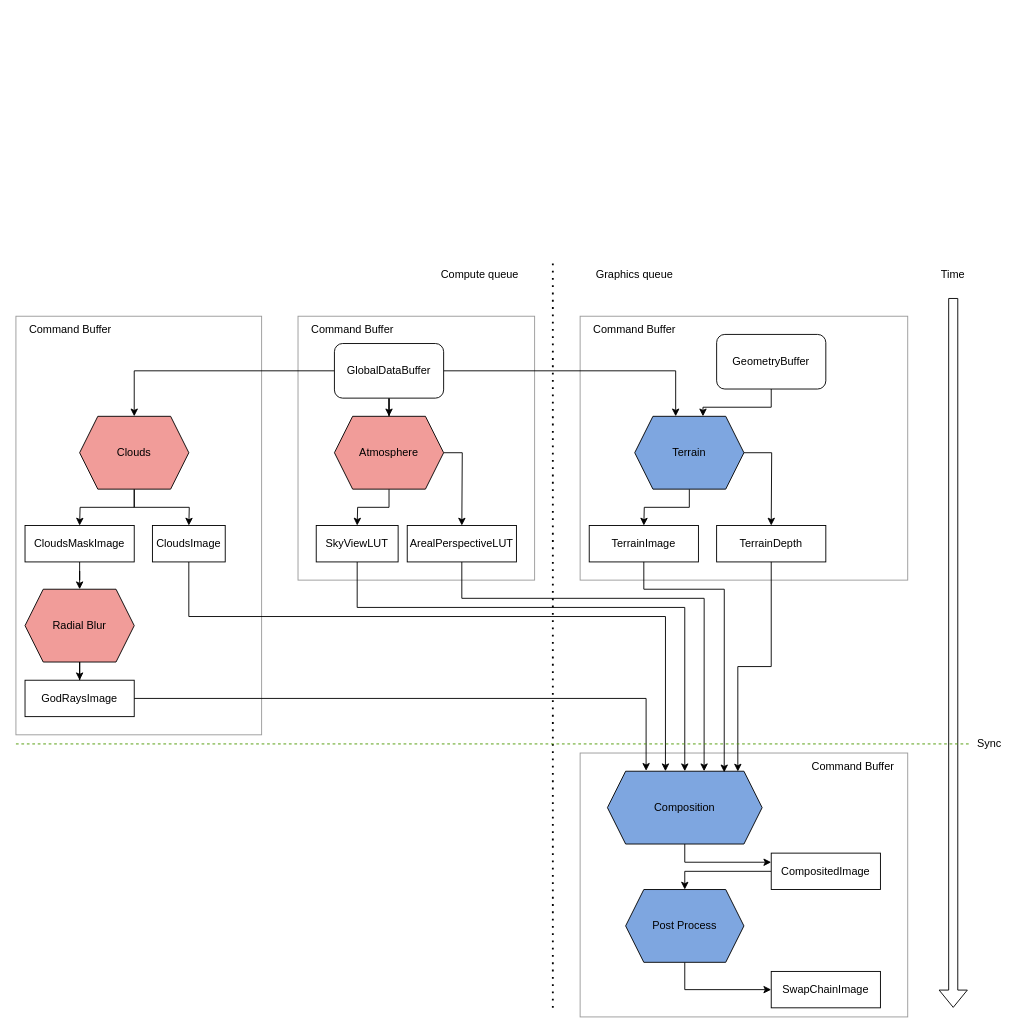
Above: examples/cloud_renderer/framegraph.drawio in elliahu/hammock (draw.io), before the change. Source tidied: cells renumbered, new cells numbered last; positions are measured from the earlier drawing's top-left corner, leaving out a move shared by most shapes. Both pictures are drawn from the tidied source at 91%, with x=0, y=0 at pixel (15, 261).
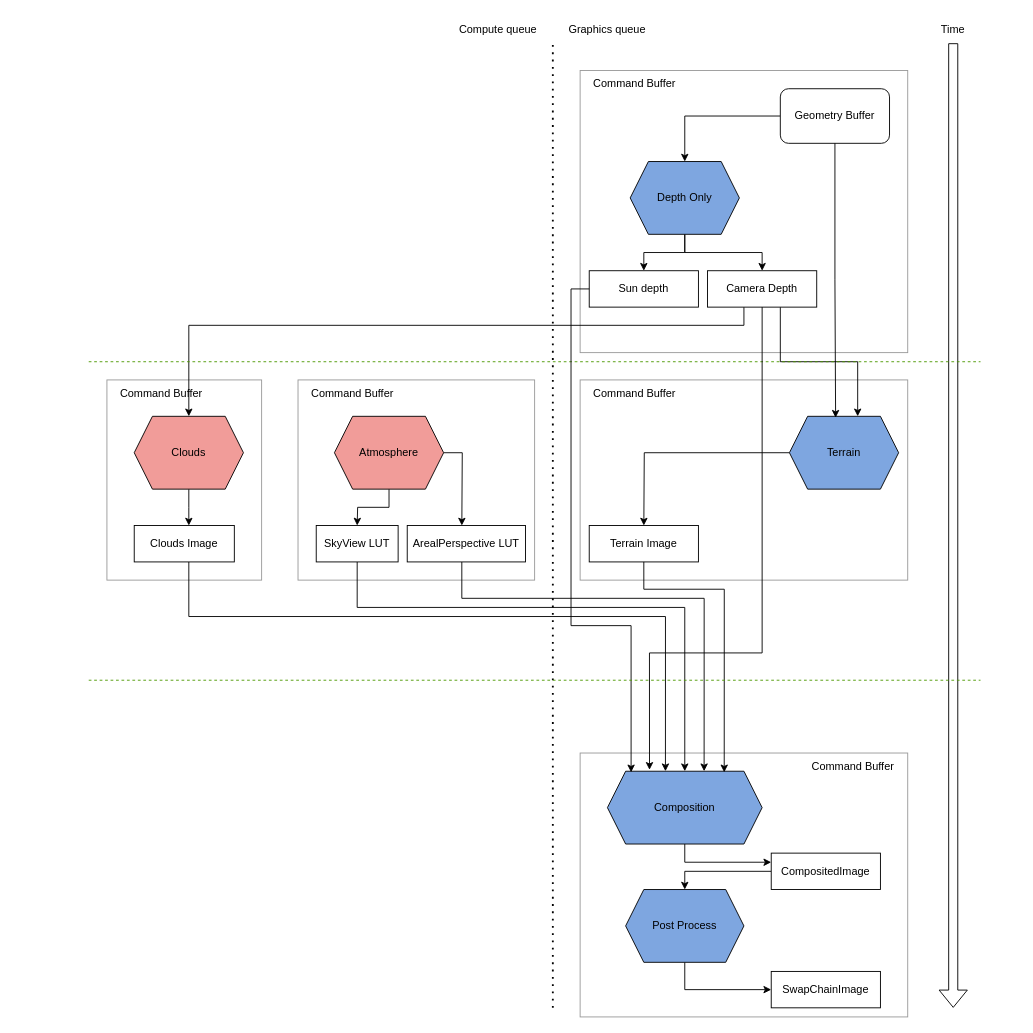
The same diagram, later.

Unchanged cells that the change refers to:
```xml
<mxCell id="18" value="Composition" style="shape=hexagon;perimeter=hexagonPerimeter2;whiteSpace=wrap;html=1;fixedSize=1;fillColor=#7EA6E0;" parent="1" vertex="1">
  <mxGeometry x="650" y="560" width="170" height="80" as="geometry" />
</mxCell>
<mxCell id="31" value="Atmosphere" style="shape=hexagon;perimeter=hexagonPerimeter2;whiteSpace=wrap;html=1;fixedSize=1;shadow=0;fillColor=#F19C99;" parent="1" vertex="1">
  <mxGeometry x="350" y="170" width="120" height="80" as="geometry" />
</mxCell>
```

Diff of the diagram source:
```diff
@@
+    <mxCell id="56" style="rounded=0;whiteSpace=wrap;html=1;fillColor=none;strokeColor=#999999;" parent="1" vertex="1">
+      <mxGeometry x="620" y="-210" width="360" height="310" as="geometry" />
+    </mxCell>
@@
     <mxCell id="3" style="rounded=0;whiteSpace=wrap;html=1;fillColor=none;strokeColor=#999999;" parent="1" vertex="1">
-      <mxGeometry x="620" y="60" width="360" height="290" as="geometry" />
+      <mxGeometry x="620" y="130" width="360" height="220" as="geometry" />
     </mxCell>
     <mxCell id="4" style="rounded=0;whiteSpace=wrap;html=1;fillColor=none;strokeColor=#999999;" parent="1" vertex="1">
-      <mxGeometry x="310" y="60" width="260" height="290" as="geometry" />
+      <mxGeometry x="310" y="130" width="260" height="220" as="geometry" />
     </mxCell>
     <mxCell id="5" style="rounded=0;whiteSpace=wrap;html=1;fillColor=none;strokeColor=#999999;" parent="1" vertex="1">
-      <mxGeometry y="60" width="270" height="460" as="geometry" />
+      <mxGeometry x="100" y="130" width="170" height="220" as="geometry" />
     </mxCell>
-    <mxCell id="6" style="edgeStyle=orthogonalEdgeStyle;rounded=0;jettySize=auto;html=1;entryX=0.5;entryY=0;entryDx=0;entryDy=0;" parent="1" edge="1" source="8">
-      <mxGeometry relative="1" as="geometry">
-        <mxPoint x="70" y="290" as="targetPoint" />
-      </mxGeometry>
-    </mxCell>
@@
     <mxCell id="8" value="Clouds" style="shape=hexagon;perimeter=hexagonPerimeter2;whiteSpace=wrap;html=1;fixedSize=1;fillColor=#F19C99;" parent="1" vertex="1">
-      <mxGeometry x="70" y="170" width="120" height="80" as="geometry" />
+      <mxGeometry x="130" y="170" width="120" height="80" as="geometry" />
     </mxCell>
-    <mxCell id="9" style="edgeStyle=orthogonalEdgeStyle;rounded=0;jettySize=auto;html=1;entryX=0.5;entryY=0;entryDx=0;entryDy=0;" parent="1" edge="1" source="12" target="8">
-      <mxGeometry relative="1" as="geometry" />
-    </mxCell>
-    <mxCell id="10" style="edgeStyle=orthogonalEdgeStyle;rounded=0;jettySize=auto;html=1;entryX=0.5;entryY=0;entryDx=0;entryDy=0;" parent="1" edge="1" source="12" target="31">
-      <mxGeometry relative="1" as="geometry" />
-    </mxCell>
-    <mxCell id="11" style="edgeStyle=orthogonalEdgeStyle;rounded=0;jettySize=auto;html=1;entryX=0.375;entryY=0;entryDx=0;entryDy=0;" parent="1" edge="1" source="12" target="22">
-      <mxGeometry relative="1" as="geometry" />
-    </mxCell>
-    <mxCell id="12" value="GlobalDataBuffer" style="rounded=1;whiteSpace=wrap;html=1;" parent="1" vertex="1">
-      <mxGeometry x="350" y="90" width="120" height="60" as="geometry" />
-    </mxCell>
@@
-    <mxCell id="14" value="CloudsImage" style="rounded=0;whiteSpace=wrap;html=1;" parent="1" vertex="1">
-      <mxGeometry x="150" y="290" width="80" height="40" as="geometry" />
+    <mxCell id="14" value="Clouds Image" style="rounded=0;whiteSpace=wrap;html=1;" parent="1" vertex="1">
+      <mxGeometry x="130" y="290" width="110" height="40" as="geometry" />
     </mxCell>
-    <mxCell id="15" style="edgeStyle=orthogonalEdgeStyle;rounded=0;jettySize=auto;html=1;entryX=0.5;entryY=0;entryDx=0;entryDy=0;" parent="1" edge="1" source="16" target="25">
-      <mxGeometry relative="1" as="geometry" />
-    </mxCell>
-    <mxCell id="16" value="CloudsMask&lt;span style=&quot;background-color: transparent; color: light-dark(rgb(0, 0, 0), rgb(255, 255, 255));&quot;&gt;Image&lt;/span&gt;" style="rounded=0;whiteSpace=wrap;html=1;" parent="1" vertex="1">
-      <mxGeometry x="10" y="290" width="120" height="40" as="geometry" />
-    </mxCell>
@@
-    <mxCell id="21" style="edgeStyle=orthogonalEdgeStyle;rounded=0;jettySize=auto;html=1;entryX=0.5;entryY=0;entryDx=0;entryDy=0;" parent="1" edge="1" source="22">
-      <mxGeometry relative="1" as="geometry">
-        <mxPoint x="830" y="290" as="targetPoint" />
-      </mxGeometry>
-    </mxCell>
     <mxCell id="22" value="Terrain" style="shape=hexagon;perimeter=hexagonPerimeter2;whiteSpace=wrap;html=1;fixedSize=1;fillColor=#7EA6E0;" parent="1" vertex="1">
-      <mxGeometry x="680" y="170" width="120" height="80" as="geometry" />
+      <mxGeometry x="850" y="170" width="120" height="80" as="geometry" />
     </mxCell>
-    <mxCell id="23" value="TerrainImage" style="rounded=0;whiteSpace=wrap;html=1;" parent="1" vertex="1">
+    <mxCell id="23" value="Terrain Image" style="rounded=0;whiteSpace=wrap;html=1;" parent="1" vertex="1">
       <mxGeometry x="630" y="290" width="120" height="40" as="geometry" />
     </mxCell>
-    <mxCell id="24" style="edgeStyle=orthogonalEdgeStyle;rounded=0;jettySize=auto;html=1;" parent="1" edge="1" source="25" target="26">
-      <mxGeometry relative="1" as="geometry" />
-    </mxCell>
-    <mxCell id="25" value="Radial Blur" style="shape=hexagon;perimeter=hexagonPerimeter2;whiteSpace=wrap;html=1;fixedSize=1;fillColor=#F19C99;" parent="1" vertex="1">
-      <mxGeometry x="10" y="360" width="120" height="80" as="geometry" />
-    </mxCell>
-    <mxCell id="26" value="GodRaysImage" style="rounded=0;whiteSpace=wrap;html=1;" parent="1" vertex="1">
-      <mxGeometry x="10" y="460" width="120" height="40" as="geometry" />
-    </mxCell>
-    <mxCell id="27" style="edgeStyle=orthogonalEdgeStyle;rounded=0;jettySize=auto;html=1;entryX=0.625;entryY=0;entryDx=0;entryDy=0;" parent="1" edge="1" source="28" target="22">
-      <mxGeometry relative="1" as="geometry">
-        <Array as="points">
-          <mxPoint x="755" y="160" />
-        </Array>
-      </mxGeometry>
-    </mxCell>
+    <mxCell id="57" style="edgeStyle=orthogonalEdgeStyle;rounded=0;jettySize=auto;html=1;entryX=0.5;entryY=0;entryDx=0;entryDy=0;" parent="1" edge="1" source="28" target="62">
+      <mxGeometry relative="1" as="geometry" />
+    </mxCell>
-    <mxCell id="28" value="GeometryBuffer" style="rounded=1;whiteSpace=wrap;html=1;" parent="1" vertex="1">
-      <mxGeometry x="770" y="80" width="120" height="60" as="geometry" />
+    <mxCell id="28" value="Geometry Buffer" style="rounded=1;whiteSpace=wrap;html=1;" parent="1" vertex="1">
+      <mxGeometry x="840" y="-190" width="120" height="60" as="geometry" />
     </mxCell>
@@
-    <mxCell id="33" value="SkyViewLUT" style="rounded=0;whiteSpace=wrap;html=1;" parent="1" vertex="1">
+    <mxCell id="33" value="SkyView LUT" style="rounded=0;whiteSpace=wrap;html=1;" parent="1" vertex="1">
       <mxGeometry x="330" y="290" width="90" height="40" as="geometry" />
     </mxCell>
@@
-    <mxCell id="35" value="ArealPerspectiveLUT" style="rounded=0;whiteSpace=wrap;html=1;" parent="1" vertex="1">
-      <mxGeometry x="430" y="290" width="120" height="40" as="geometry" />
+    <mxCell id="35" value="ArealPerspective LUT" style="rounded=0;whiteSpace=wrap;html=1;" parent="1" vertex="1">
+      <mxGeometry x="430" y="290" width="130" height="40" as="geometry" />
     </mxCell>
     <mxCell id="36" style="endArrow=none;dashed=1;html=1;dashPattern=1 3;strokeWidth=2;rounded=0;" parent="1" edge="1">
       <mxGeometry relative="1" as="geometry">
         <mxPoint x="590" y="820" as="sourcePoint" />
-        <mxPoint x="590" as="targetPoint" />
+        <mxPoint x="590" y="-240" as="targetPoint" />
       </mxGeometry>
     </mxCell>
+    <mxCell id="58" style="edgeStyle=orthogonalEdgeStyle;rounded=0;jettySize=auto;html=1;entryX=0.625;entryY=0;entryDx=0;entryDy=0;" parent="1" edge="1" source="37" target="22">
+      <mxGeometry relative="1" as="geometry">
+        <Array as="points">
+          <mxPoint x="840" y="110" />
+          <mxPoint x="925" y="110" />
+        </Array>
+      </mxGeometry>
+    </mxCell>
+    <mxCell id="59" style="edgeStyle=orthogonalEdgeStyle;rounded=0;jettySize=auto;html=1;entryX=0.5;entryY=0;entryDx=0;entryDy=0;" parent="1" edge="1" source="37" target="8">
+      <mxGeometry relative="1" as="geometry">
+        <Array as="points">
+          <mxPoint x="800" y="70" />
+          <mxPoint x="190" y="70" />
+        </Array>
+      </mxGeometry>
+    </mxCell>
-    <mxCell id="37" value="TerrainDepth" style="rounded=0;whiteSpace=wrap;html=1;" parent="1" vertex="1">
-      <mxGeometry x="770" y="290" width="120" height="40" as="geometry" />
+    <mxCell id="37" value="Camera Depth" style="rounded=0;whiteSpace=wrap;html=1;" parent="1" vertex="1">
+      <mxGeometry x="760" y="10" width="120" height="40" as="geometry" />
     </mxCell>
@@
     <mxCell id="40" value="Compute queue" style="text;html=1;align=center;verticalAlign=middle;whiteSpace=wrap;rounded=0;" parent="1" vertex="1">
-      <mxGeometry x="450" width="120" height="30" as="geometry" />
+      <mxGeometry x="470" y="-270" width="120" height="30" as="geometry" />
     </mxCell>
     <mxCell id="41" value="Graphics queue" style="text;html=1;align=center;verticalAlign=middle;whiteSpace=wrap;rounded=0;" parent="1" vertex="1">
-      <mxGeometry x="620" width="120" height="30" as="geometry" />
+      <mxGeometry x="590" y="-270" width="120" height="30" as="geometry" />
     </mxCell>
@@
-    <mxCell id="43" style="edgeStyle=orthogonalEdgeStyle;rounded=0;jettySize=auto;html=1;entryX=0.843;entryY=0.004;entryDx=0;entryDy=0;entryPerimeter=0;" parent="1" edge="1" source="37" target="18">
-      <mxGeometry relative="1" as="geometry" />
-    </mxCell>
@@
-    <mxCell id="45" style="edgeStyle=orthogonalEdgeStyle;rounded=0;jettySize=auto;html=1;entryX=0.25;entryY=-0.006;entryDx=0;entryDy=0;entryPerimeter=0;" parent="1" edge="1" source="26" target="18">
-      <mxGeometry relative="1" as="geometry" />
-    </mxCell>
     <mxCell id="46" value="Command Buffer" style="text;html=1;align=center;verticalAlign=middle;whiteSpace=wrap;rounded=0;" parent="1" vertex="1">
-      <mxGeometry y="60" width="120" height="30" as="geometry" />
+      <mxGeometry x="100" y="130" width="120" height="30" as="geometry" />
     </mxCell>
     <mxCell id="47" value="Command Buffer" style="text;html=1;align=center;verticalAlign=middle;whiteSpace=wrap;rounded=0;" parent="1" vertex="1">
-      <mxGeometry x="310" y="60" width="120" height="30" as="geometry" />
+      <mxGeometry x="310" y="130" width="120" height="30" as="geometry" />
     </mxCell>
     <mxCell id="48" value="Command Buffer" style="text;html=1;align=center;verticalAlign=middle;whiteSpace=wrap;rounded=0;" parent="1" vertex="1">
-      <mxGeometry x="620" y="60" width="120" height="30" as="geometry" />
+      <mxGeometry x="620" y="130" width="120" height="30" as="geometry" />
     </mxCell>
@@
     <mxCell id="50" style="shape=flexArrow;endArrow=classic;html=1;rounded=0;" parent="1" edge="1">
       <mxGeometry relative="1" as="geometry">
-        <mxPoint x="1030" y="40" as="sourcePoint" />
+        <mxPoint x="1030" y="-240" as="sourcePoint" />
         <mxPoint x="1030" y="820" as="targetPoint" />
       </mxGeometry>
     </mxCell>
     <mxCell id="51" value="Time" style="text;html=1;align=center;verticalAlign=middle;whiteSpace=wrap;rounded=0;" parent="1" vertex="1">
-      <mxGeometry x="1010" width="40" height="30" as="geometry" />
+      <mxGeometry x="1010" y="-270" width="40" height="30" as="geometry" />
     </mxCell>
@@
     <mxCell id="54" style="endArrow=none;dashed=1;html=1;rounded=0;strokeColor=#4D9900;" parent="1" edge="1">
       <mxGeometry relative="1" as="geometry">
-        <mxPoint y="530" as="sourcePoint" />
-        <mxPoint x="1050" y="530" as="targetPoint" />
+        <mxPoint x="80" y="110" as="sourcePoint" />
+        <mxPoint x="1060" y="110" as="targetPoint" />
       </mxGeometry>
     </mxCell>
-    <mxCell id="55" value="Sync" style="text;html=1;align=center;verticalAlign=middle;whiteSpace=wrap;rounded=0;" parent="1" vertex="1">
-      <mxGeometry x="1040" y="515" width="60" height="30" as="geometry" />
-    </mxCell>
+    <mxCell id="60" style="edgeStyle=orthogonalEdgeStyle;rounded=0;jettySize=auto;html=1;entryX=0.5;entryY=0;entryDx=0;entryDy=0;" parent="1" edge="1" source="62" target="63">
+      <mxGeometry relative="1" as="geometry" />
+    </mxCell>
+    <mxCell id="61" style="edgeStyle=orthogonalEdgeStyle;rounded=0;jettySize=auto;html=1;" parent="1" edge="1" source="62" target="37">
+      <mxGeometry relative="1" as="geometry" />
+    </mxCell>
+    <mxCell id="62" value="Depth Only" style="shape=hexagon;perimeter=hexagonPerimeter2;whiteSpace=wrap;html=1;fixedSize=1;fillColor=#7EA6E0;" parent="1" vertex="1">
+      <mxGeometry x="675" y="-110" width="120" height="80" as="geometry" />
+    </mxCell>
+    <mxCell id="63" value="Sun depth" style="rounded=0;whiteSpace=wrap;html=1;" parent="1" vertex="1">
+      <mxGeometry x="630" y="10" width="120" height="40" as="geometry" />
+    </mxCell>
+    <mxCell id="27" style="edgeStyle=orthogonalEdgeStyle;rounded=0;jettySize=auto;html=1;entryX=0.423;entryY=0.019;entryDx=0;entryDy=0;entryPerimeter=0;" parent="1" edge="1" source="28" target="22">
+      <mxGeometry relative="1" as="geometry" />
+    </mxCell>
+    <mxCell id="64" style="edgeStyle=orthogonalEdgeStyle;rounded=0;jettySize=auto;html=1;entryX=0.153;entryY=0.015;entryDx=0;entryDy=0;entryPerimeter=0;" parent="1" edge="1" source="63" target="18">
+      <mxGeometry relative="1" as="geometry">
+        <Array as="points">
+          <mxPoint x="610" y="30" />
+          <mxPoint x="610" y="400" />
+          <mxPoint x="676" y="400" />
+        </Array>
+      </mxGeometry>
+    </mxCell>
+    <mxCell id="65" value="Command Buffer" style="text;html=1;align=center;verticalAlign=middle;whiteSpace=wrap;rounded=0;" parent="1" vertex="1">
+      <mxGeometry x="620" y="-210" width="120" height="30" as="geometry" />
+    </mxCell>
+    <mxCell id="66" style="endArrow=none;dashed=1;html=1;rounded=0;strokeColor=#4D9900;" parent="1" edge="1">
+      <mxGeometry relative="1" as="geometry">
+        <mxPoint x="80" y="460" as="sourcePoint" />
+        <mxPoint x="1060" y="460" as="targetPoint" />
+      </mxGeometry>
+    </mxCell>
+    <mxCell id="43" style="edgeStyle=orthogonalEdgeStyle;rounded=0;jettySize=auto;html=1;entryX=0.272;entryY=-0.019;entryDx=0;entryDy=0;entryPerimeter=0;" parent="1" edge="1" source="37" target="18">
+      <mxGeometry relative="1" as="geometry">
+        <Array as="points">
+          <mxPoint x="820" y="430" />
+          <mxPoint x="696" y="430" />
+        </Array>
+      </mxGeometry>
+    </mxCell>
```
